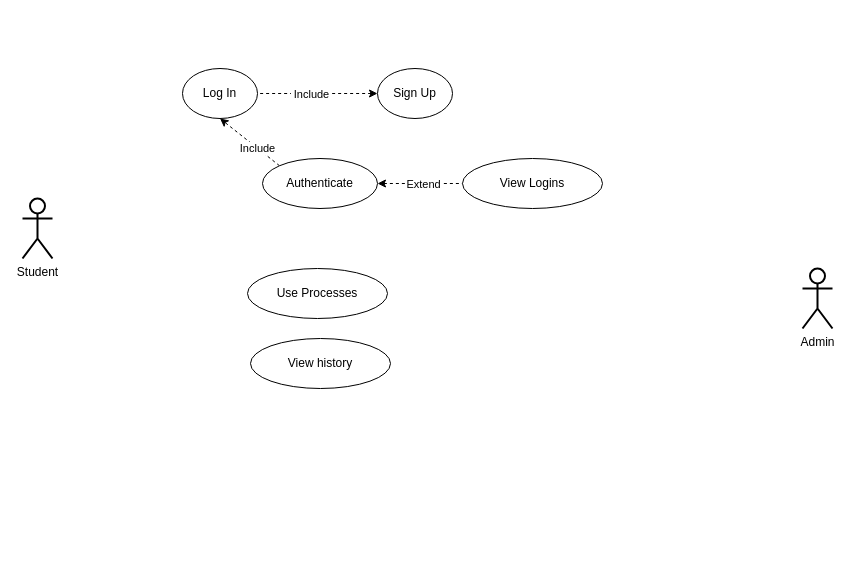
Before: UMLUseCase.drawio in abobymotaki/uncharted, a draw.io diagram. Source tidied: cells renumbered, new cells numbered last; positions are measured from the earlier drawing's top-left corner, leaving out a move shared by most shapes. Both pictures are drawn from the tidied source at 100%, with x=0, y=0 at pixel (22, 68).
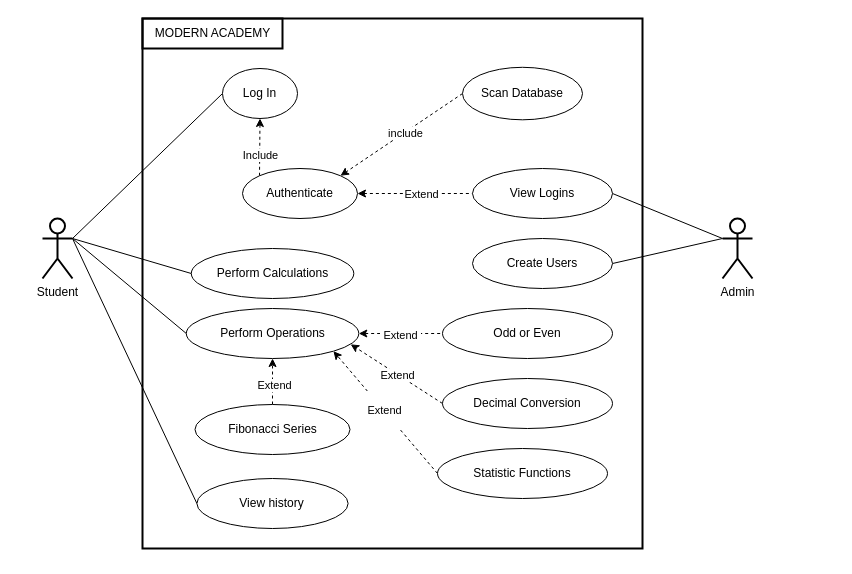
The same diagram, later.

The change refers to these unchanged cells:
```xml
<mxCell id="8" style="rounded=0;jettySize=auto;html=1;exitX=0;exitY=0;exitDx=0;exitDy=0;entryX=0.5;entryY=1;entryDx=0;entryDy=0;endArrow=classic;endFill=1;dashed=1;" parent="1" edge="1" source="12" target="4">
  <mxGeometry relative="1" as="geometry" />
</mxCell>
```

Change to the diagram source:
```diff
@@
+    <mxCell id="16" style="rounded=0;whiteSpace=wrap;html=1;fillColor=none;strokeWidth=2;" parent="1" vertex="1">
+      <mxGeometry x="120" y="-50" width="500" height="530" as="geometry" />
+    </mxCell>
+    <mxCell id="17" style="rounded=0;jettySize=auto;html=1;exitX=1;exitY=0.3333333333333333;exitDx=0;exitDy=0;exitPerimeter=0;entryX=0;entryY=0.5;entryDx=0;entryDy=0;endArrow=none;endFill=0;" parent="1" edge="1" source="2" target="4">
+      <mxGeometry relative="1" as="geometry" />
+    </mxCell>
+    <mxCell id="18" style="rounded=0;jettySize=auto;html=1;exitX=1;exitY=0.3333333333333333;exitDx=0;exitDy=0;exitPerimeter=0;entryX=0;entryY=0.5;entryDx=0;entryDy=0;endArrow=none;endFill=0;" parent="1" edge="1" source="2" target="15">
+      <mxGeometry relative="1" as="geometry" />
+    </mxCell>
+    <mxCell id="19" style="rounded=0;jettySize=auto;html=1;exitX=1;exitY=0.3333333333333333;exitDx=0;exitDy=0;exitPerimeter=0;entryX=0;entryY=0.5;entryDx=0;entryDy=0;endArrow=none;endFill=0;" parent="1" edge="1" source="2" target="33">
+      <mxGeometry relative="1" as="geometry" />
+    </mxCell>
+    <mxCell id="20" style="rounded=0;jettySize=auto;html=1;exitX=1;exitY=0.3333333333333333;exitDx=0;exitDy=0;exitPerimeter=0;entryX=0;entryY=0.5;entryDx=0;entryDy=0;endArrow=none;endFill=0;" parent="1" edge="1" source="2" target="32">
+      <mxGeometry relative="1" as="geometry" />
+    </mxCell>
     <mxCell id="2" value="Student" style="shape=umlActor;verticalLabelPosition=bottom;verticalAlign=top;html=1;strokeWidth=2;" parent="1" vertex="1">
-      <mxGeometry y="130" width="30" height="60" as="geometry" />
+      <mxGeometry x="20" y="150" width="30" height="60" as="geometry" />
     </mxCell>
+    <mxCell id="21" style="rounded=0;jettySize=auto;html=1;exitX=0;exitY=0.3333333333333333;exitDx=0;exitDy=0;exitPerimeter=0;endArrow=none;endFill=0;entryX=1;entryY=0.5;entryDx=0;entryDy=0;" parent="1" edge="1" source="3" target="23">
+      <mxGeometry relative="1" as="geometry" />
+    </mxCell>
+    <mxCell id="22" style="rounded=0;jettySize=auto;html=1;exitX=0;exitY=0.3333333333333333;exitDx=0;exitDy=0;exitPerimeter=0;entryX=1;entryY=0.5;entryDx=0;entryDy=0;endArrow=none;endFill=0;" parent="1" edge="1" source="3" target="14">
+      <mxGeometry relative="1" as="geometry" />
+    </mxCell>
     <mxCell id="3" value="Admin" style="shape=umlActor;verticalLabelPosition=bottom;verticalAlign=top;html=1;strokeWidth=2;" parent="1" vertex="1">
-      <mxGeometry x="780" y="200" width="30" height="60" as="geometry" />
+      <mxGeometry x="700" y="150" width="30" height="60" as="geometry" />
     </mxCell>
     <mxCell id="4" value="Log In" style="ellipse;whiteSpace=wrap;html=1;" parent="1" vertex="1">
-      <mxGeometry x="160" width="75" height="50" as="geometry" />
+      <mxGeometry x="200" width="75" height="50" as="geometry" />
     </mxCell>
-    <mxCell id="5" style="edgeStyle=orthogonalEdgeStyle;rounded=0;jettySize=auto;html=1;dashed=1;startArrow=classic;startFill=1;endArrow=none;endFill=0;" parent="1" edge="1" source="7" target="4">
-      <mxGeometry relative="1" as="geometry" />
-    </mxCell>
-    <mxCell id="6" value="&amp;nbsp;Include&amp;nbsp;" style="edgeLabel;html=1;align=center;verticalAlign=middle;" parent="5" vertex="1">
-      <mxGeometry x="0.11" y="-2" relative="1" as="geometry">
-        <mxPoint y="2" as="offset" />
-      </mxGeometry>
-    </mxCell>
-    <mxCell id="7" value="Sign Up" style="ellipse;whiteSpace=wrap;html=1;" parent="1" vertex="1">
-      <mxGeometry x="355" width="75" height="50" as="geometry" />
-    </mxCell>
@@
     <mxCell id="9" value="Include" style="edgeLabel;html=1;align=center;verticalAlign=middle;" parent="8" vertex="1">
       <mxGeometry x="0.12" y="-2" relative="1" as="geometry">
-        <mxPoint x="10" y="11" as="offset" />
+        <mxPoint x="-2" y="11" as="offset" />
       </mxGeometry>
     </mxCell>
@@
     <mxCell id="12" value="Authenticate" style="ellipse;whiteSpace=wrap;html=1;" parent="1" vertex="1">
-      <mxGeometry x="240" y="90" width="115" height="50" as="geometry" />
+      <mxGeometry x="220" y="100" width="115" height="50" as="geometry" />
     </mxCell>
-    <mxCell id="13" value="Use Processes" style="ellipse;whiteSpace=wrap;html=1;" parent="1" vertex="1">
-      <mxGeometry x="225" y="200" width="140" height="50" as="geometry" />
-    </mxCell>
     <mxCell id="14" value="View Logins" style="ellipse;whiteSpace=wrap;html=1;" parent="1" vertex="1">
-      <mxGeometry x="440" y="90" width="140" height="50" as="geometry" />
+      <mxGeometry x="450" y="100" width="140" height="50" as="geometry" />
     </mxCell>
     <mxCell id="15" value="View history" style="ellipse;whiteSpace=wrap;html=1;" parent="1" vertex="1">
-      <mxGeometry x="228" y="270" width="140" height="50" as="geometry" />
+      <mxGeometry x="174.4" y="410" width="151.2" height="50" as="geometry" />
     </mxCell>
+    <mxCell id="23" value="Create Users" style="ellipse;whiteSpace=wrap;html=1;" parent="1" vertex="1">
+      <mxGeometry x="450" y="170" width="140" height="50" as="geometry" />
+    </mxCell>
+    <mxCell id="24" value="MODERN ACADEMY" style="text;html=1;align=center;verticalAlign=middle;strokeColor=default;fillColor=none;strokeWidth=2;" parent="1" vertex="1">
+      <mxGeometry x="120" y="-50" width="140" height="30" as="geometry" />
+    </mxCell>
+    <mxCell id="25" style="rounded=0;jettySize=auto;html=1;exitX=0;exitY=0.5;exitDx=0;exitDy=0;entryX=1;entryY=0;entryDx=0;entryDy=0;dashed=1;" parent="1" edge="1" source="27" target="12">
+      <mxGeometry relative="1" as="geometry" />
+    </mxCell>
+    <mxCell id="26" value="include" style="edgeLabel;html=1;align=center;verticalAlign=middle;" parent="25" vertex="1">
+      <mxGeometry x="-0.03" relative="1" as="geometry">
+        <mxPoint x="1" as="offset" />
+      </mxGeometry>
+    </mxCell>
+    <mxCell id="27" value="Scan Database" style="ellipse;whiteSpace=wrap;html=1;" parent="1" vertex="1">
+      <mxGeometry x="440" y="-1.2" width="120" height="52.5" as="geometry" />
+    </mxCell>
+    <mxCell id="28" style="edgeStyle=orthogonalEdgeStyle;rounded=0;orthogonalLoop=1;jettySize=auto;html=1;exitX=0.5;exitY=1;exitDx=0;exitDy=0;" parent="1" edge="1" source="16" target="16">
+      <mxGeometry relative="1" as="geometry" />
+    </mxCell>
+    <mxCell id="29" style="edgeStyle=orthogonalEdgeStyle;rounded=0;orthogonalLoop=1;jettySize=auto;html=1;exitX=0.5;exitY=1;exitDx=0;exitDy=0;" parent="1" edge="1" source="16" target="16">
+      <mxGeometry relative="1" as="geometry" />
+    </mxCell>
+    <mxCell id="30" style="rounded=0;jettySize=auto;html=1;exitX=1;exitY=0.5;exitDx=0;exitDy=0;entryX=0;entryY=0.5;entryDx=0;entryDy=0;endArrow=none;endFill=0;startArrow=classic;startFill=1;dashed=1;" parent="1" edge="1" source="33" target="34">
+      <mxGeometry relative="1" as="geometry" />
+    </mxCell>
+    <mxCell id="31" value="&amp;nbsp;Extend&amp;nbsp;" style="edgeLabel;html=1;align=center;verticalAlign=middle;" parent="30" vertex="1">
+      <mxGeometry x="-0.01" y="-1" relative="1" as="geometry" />
+    </mxCell>
+    <mxCell id="32" value="Perform Calculations" style="ellipse;whiteSpace=wrap;html=1;" parent="1" vertex="1">
+      <mxGeometry x="168.8" y="180" width="162.5" height="50" as="geometry" />
+    </mxCell>
+    <mxCell id="33" value="Perform Operations" style="ellipse;whiteSpace=wrap;html=1;" parent="1" vertex="1">
+      <mxGeometry x="163.8" y="240" width="172.5" height="50" as="geometry" />
+    </mxCell>
+    <mxCell id="34" value="Odd or Even" style="ellipse;whiteSpace=wrap;html=1;" parent="1" vertex="1">
+      <mxGeometry x="420" y="240" width="170" height="50" as="geometry" />
+    </mxCell>
+    <mxCell id="35" style="rounded=0;jettySize=auto;html=1;exitX=0;exitY=0.5;exitDx=0;exitDy=0;entryX=0.953;entryY=0.716;entryDx=0;entryDy=0;dashed=1;entryPerimeter=0;" parent="1" edge="1" source="37" target="33">
+      <mxGeometry relative="1" as="geometry" />
+    </mxCell>
+    <mxCell id="36" value="&amp;nbsp;Extend&amp;nbsp;" style="edgeLabel;html=1;align=center;verticalAlign=middle;" parent="35" vertex="1">
+      <mxGeometry x="-0.02" y="1" relative="1" as="geometry" />
+    </mxCell>
+    <mxCell id="37" value="Decimal Conversion" style="ellipse;whiteSpace=wrap;html=1;" parent="1" vertex="1">
+      <mxGeometry x="420" y="310" width="170" height="50" as="geometry" />
+    </mxCell>
+    <mxCell id="38" style="rounded=0;jettySize=auto;html=1;exitX=0;exitY=0.5;exitDx=0;exitDy=0;entryX=1;entryY=1;entryDx=0;entryDy=0;dashed=1;" parent="1" edge="1" source="40" target="33">
+      <mxGeometry relative="1" as="geometry" />
+    </mxCell>
+    <mxCell id="39" value="&lt;br&gt;&lt;div&gt;Extend&lt;/div&gt;&lt;div&gt;&lt;br&gt;&lt;/div&gt;" style="edgeLabel;html=1;align=center;verticalAlign=middle;" parent="38" vertex="1">
+      <mxGeometry x="0.04" y="-1" relative="1" as="geometry" />
+    </mxCell>
+    <mxCell id="40" value="Statistic Functions" style="ellipse;whiteSpace=wrap;html=1;" parent="1" vertex="1">
+      <mxGeometry x="415" y="380" width="170" height="50" as="geometry" />
+    </mxCell>
+    <mxCell id="41" style="edgeStyle=orthogonalEdgeStyle;rounded=0;jettySize=auto;html=1;dashed=1;" parent="1" edge="1" source="43" target="33">
+      <mxGeometry relative="1" as="geometry" />
+    </mxCell>
+    <mxCell id="42" value="Extend" style="edgeLabel;html=1;align=center;verticalAlign=middle;" parent="41" vertex="1">
+      <mxGeometry x="-0.25" y="-1" relative="1" as="geometry">
+        <mxPoint y="-3" as="offset" />
+      </mxGeometry>
+    </mxCell>
+    <mxCell id="43" value="Fibonacci Series" style="ellipse;whiteSpace=wrap;html=1;" parent="1" vertex="1">
+      <mxGeometry x="172.5" y="336" width="155" height="50" as="geometry" />
+    </mxCell>
```
